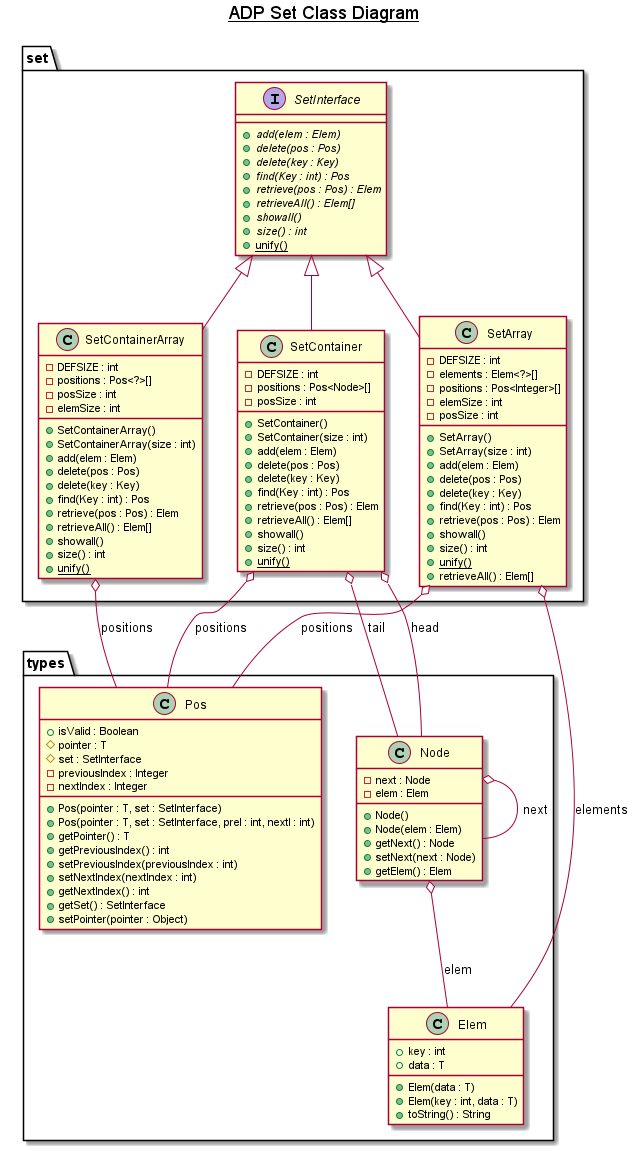
The PlantUML diagram BTI-ADP-SS19.png in Finnfj/BTI-ADP-SS19, before a commit. The source it was exported from:
```plantuml
@startuml

title __ADP Set Class Diagram__

  package types {
    class Elem {
        + key : int
        + data : T
        + Elem(data : T)
        + Elem(key : int, data : T)
        + toString() : String
    }
  }


  package types {
    class Node {
        - next : Node
        - elem : Elem
        + Node()
        + Node(elem : Elem)
        + getNext() : Node
        + setNext(next : Node)
        + getElem() : Elem
    }
  }


  package types {
    class Pos {
        + isValid : Boolean
        # pointer : T
        # set : SetInterface
        - previousIndex : Integer
        - nextIndex : Integer
        + Pos(pointer : T, set : SetInterface)
        + Pos(pointer : T, set : SetInterface, preI : int, nextI : int)
        + getPointer() : T
        + getPreviousIndex() : int
        + setPreviousIndex(previousIndex : int)
        + setNextIndex(nextIndex : int)
        + getNextIndex() : int
        + getSet() : SetInterface
        + setPointer(pointer : Object)
    }
  }


  package set {
    class SetArray {
        - DEFSIZE : int
        - elements : Elem<?>[]
        - positions : Pos<Integer>[]
        - elemSize : int
        - posSize : int
        + SetArray()
        + SetArray(size : int)
        + add(elem : Elem)
        + delete(pos : Pos)
        + delete(key : Key)
        + find(Key : int) : Pos
        + retrieve(pos : Pos) : Elem
        + showall()
        + size() : int
        {static} + unify()
        + retrieveAll() : Elem[]
    }
  }


  package set {
    class SetContainerArray {
        - DEFSIZE : int
        - positions : Pos<?>[]
        - posSize : int
        - elemSize : int
        + SetContainerArray()
        + SetContainerArray(size : int)
        + add(elem : Elem)
        + delete(pos : Pos)
        + delete(key : Key)
        + find(Key : int) : Pos
        + retrieve(pos : Pos) : Elem
        + retrieveAll() : Elem[]
        + showall()
        + size() : int
        {static} + unify()
    }
  }


  package set {
    class SetContainer {
        - DEFSIZE : int
        - positions : Pos<Node>[]
        - posSize : int
        + SetContainer()
        + SetContainer(size : int)
        + add(elem : Elem)
        + delete(pos : Pos)
        + delete(key : Key)
        + find(Key : int) : Pos
        + retrieve(pos : Pos) : Elem
        + retrieveAll() : Elem[]
        + showall()
        + size() : int
        {static} + unify()
    }
  }


  package set {
    interface SetInterface {
        {abstract} + add(elem : Elem)
        {abstract} + delete(pos : Pos)
        {abstract} + delete(key : Key)
        {abstract} + find(Key : int) : Pos
        {abstract} + retrieve(pos : Pos) : Elem
        {abstract} + retrieveAll() : Elem[]
        {abstract} + showall()
        {abstract} + size() : int
        {static} + unify()
    }
  }


  Node o-- Node : next
  Node o-- Elem : elem
  SetArray -up-|> SetInterface
  SetContainer -up-|> SetInterface
  SetContainer o-- Node : head
  SetContainer o-- Node : tail
  SetContainer o-- Pos : positions
  SetContainerArray o-- Pos : positions
  SetArray o-- Pos : positions
  SetArray o-- Elem : elements
  SetContainerArray -up-|> SetInterface



@enduml
```
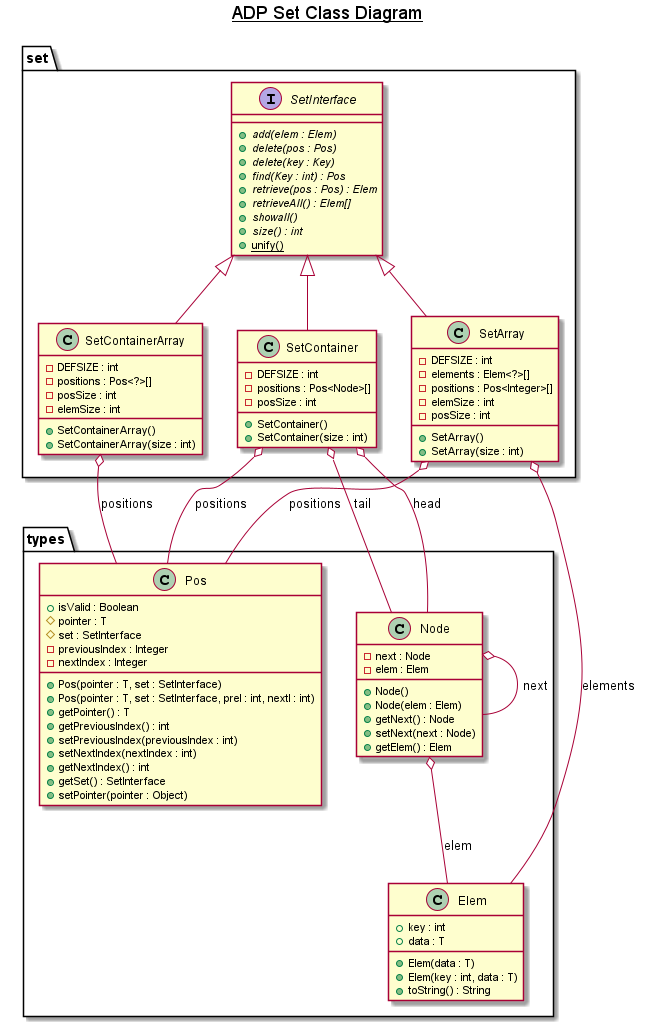
Later version of the same file.

Diff of the diagram source:
```diff
@@ -55,15 +55,6 @@
         - posSize : int
         + SetArray()
         + SetArray(size : int)
-        + add(elem : Elem)
-        + delete(pos : Pos)
-        + delete(key : Key)
-        + find(Key : int) : Pos
-        + retrieve(pos : Pos) : Elem
-        + showall()
-        + size() : int
-        {static} + unify()
-        + retrieveAll() : Elem[]
     }
   }
 
@@ -76,15 +67,6 @@
         - elemSize : int
         + SetContainerArray()
         + SetContainerArray(size : int)
-        + add(elem : Elem)
-        + delete(pos : Pos)
-        + delete(key : Key)
-        + find(Key : int) : Pos
-        + retrieve(pos : Pos) : Elem
-        + retrieveAll() : Elem[]
-        + showall()
-        + size() : int
-        {static} + unify()
     }
   }
 
@@ -96,15 +78,6 @@
         - posSize : int
         + SetContainer()
         + SetContainer(size : int)
-        + add(elem : Elem)
-        + delete(pos : Pos)
-        + delete(key : Key)
-        + find(Key : int) : Pos
-        + retrieve(pos : Pos) : Elem
-        + retrieveAll() : Elem[]
-        + showall()
-        + size() : int
-        {static} + unify()
     }
   }
 
```
